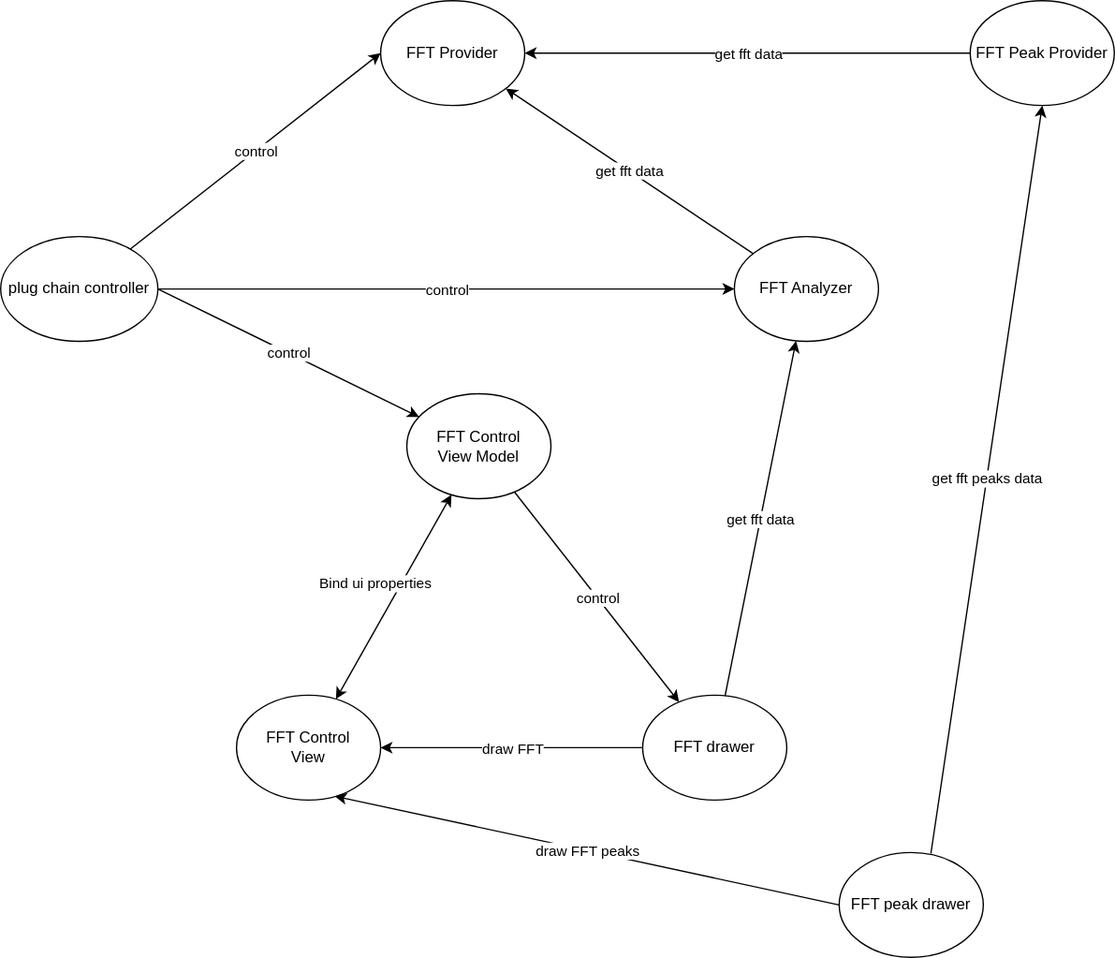
franck-gaspoz/WindowsAudioSessionSample keeps this draw.io diagram as Doc/Untitled Diagram.drawio.svg. Above is the earlier version. Source tidied: cells renumbered, new cells last; positions are measured from the earlier drawing's top-left corner, leaving out a move shared by most shapes.
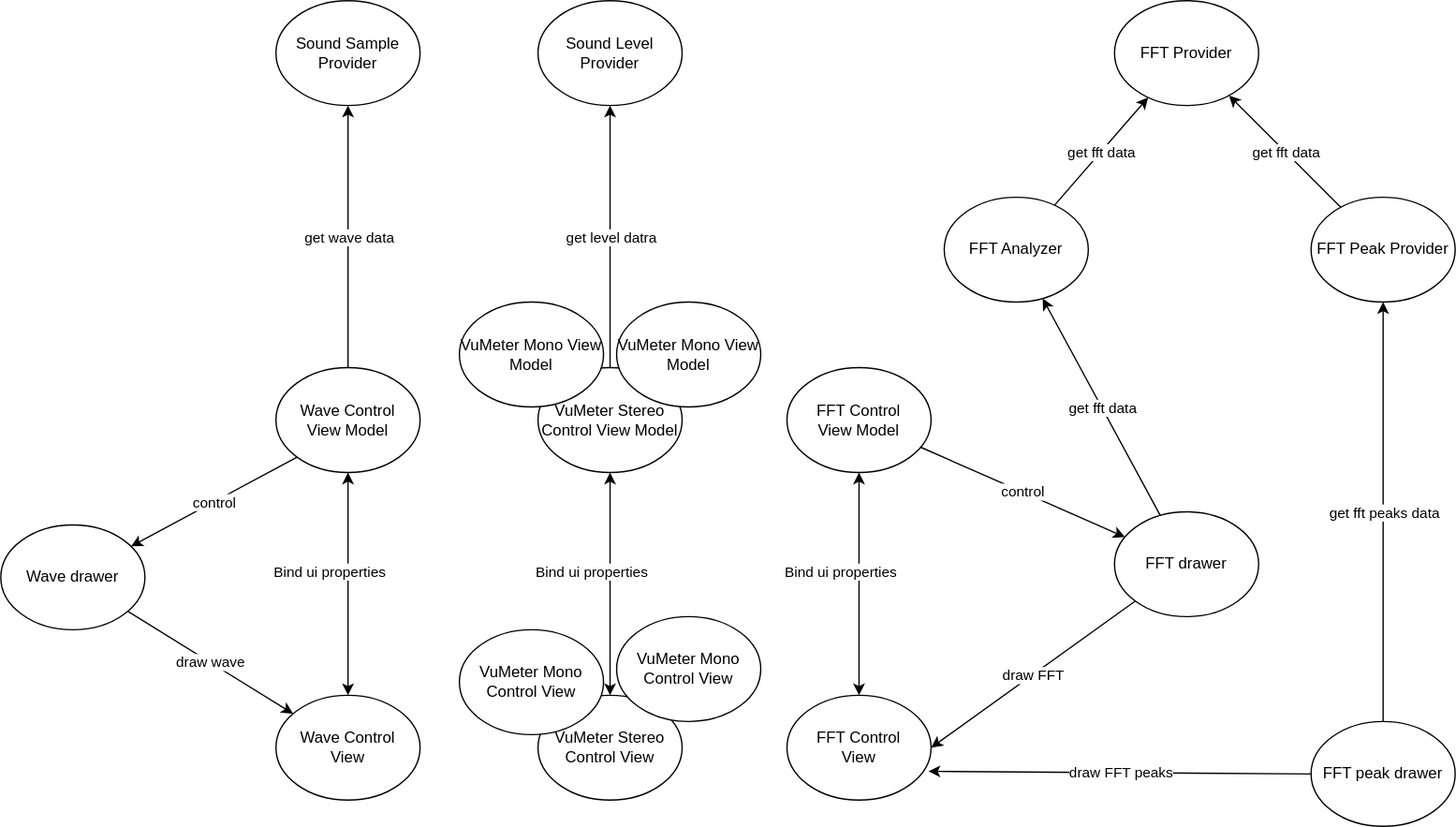
Later version of the same file.

The edit, as a diff of the source:
```diff
@@ -3,10 +3,10 @@
     <mxCell id="0" />
     <mxCell id="1" parent="0" />
     <mxCell id="2" value="FFT Provider&lt;br&gt;" style="ellipse;whiteSpace=wrap;html=1;" parent="1" vertex="1">
-      <mxGeometry x="290" width="110" height="80" as="geometry" />
+      <mxGeometry x="560" y="20" width="110" height="80" as="geometry" />
     </mxCell>
     <mxCell id="3" value="FFT drawer" style="ellipse;whiteSpace=wrap;html=1;" parent="1" vertex="1">
-      <mxGeometry x="490" y="530" width="110" height="80" as="geometry" />
+      <mxGeometry x="560" y="410" width="110" height="80" as="geometry" />
     </mxCell>
     <mxCell id="4" value="FFT Control &lt;br&gt;View Model" style="ellipse;whiteSpace=wrap;html=1;" parent="1" vertex="1">
       <mxGeometry x="310" y="300" width="110" height="80" as="geometry" />
@@ -18,7 +18,7 @@
       <mxGeometry relative="1" as="geometry" />
     </mxCell>
     <mxCell id="7" value="FFT Control &lt;br&gt;View" style="ellipse;whiteSpace=wrap;html=1;" parent="1" vertex="1">
-      <mxGeometry x="180" y="530" width="110" height="80" as="geometry" />
+      <mxGeometry x="310" y="550" width="110" height="80" as="geometry" />
     </mxCell>
     <mxCell id="8" style="endArrow=classic;html=1;rounded=0;entryX=1;entryY=0.5;entryDx=0;entryDy=0;" parent="1" edge="1" source="3" target="7">
       <mxGeometry relative="1" as="geometry" />
@@ -40,30 +40,9 @@
     <mxCell id="13" value="control" style="edgeLabel;html=1;align=center;verticalAlign=middle;" parent="12" vertex="1">
       <mxGeometry relative="1" as="geometry" />
     </mxCell>
-    <mxCell id="14" value="plug chain controller" style="ellipse;whiteSpace=wrap;html=1;" parent="1" vertex="1">
-      <mxGeometry y="180" width="120" height="80" as="geometry" />
-    </mxCell>
-    <mxCell id="15" style="endArrow=classic;html=1;rounded=0;entryX=0;entryY=0.5;entryDx=0;entryDy=0;" parent="1" edge="1" source="14" target="2">
-      <mxGeometry relative="1" as="geometry" />
-    </mxCell>
-    <mxCell id="16" value="control" style="edgeLabel;html=1;align=center;verticalAlign=middle;" parent="15" vertex="1">
-      <mxGeometry relative="1" as="geometry" />
-    </mxCell>
-    <mxCell id="17" style="endArrow=classic;html=1;rounded=0;exitX=1;exitY=0.5;exitDx=0;exitDy=0;" parent="1" edge="1" source="14" target="4">
-      <mxGeometry relative="1" as="geometry" />
-    </mxCell>
-    <mxCell id="18" value="control" style="edgeLabel;html=1;align=center;verticalAlign=middle;" parent="17" vertex="1">
-      <mxGeometry relative="1" as="geometry" />
-    </mxCell>
     <mxCell id="19" value="FFT Analyzer" style="ellipse;whiteSpace=wrap;html=1;" parent="1" vertex="1">
-      <mxGeometry x="560" y="180" width="110" height="80" as="geometry" />
+      <mxGeometry x="430" y="170" width="110" height="80" as="geometry" />
     </mxCell>
-    <mxCell id="20" style="endArrow=classic;html=1;rounded=0;" parent="1" edge="1" source="14" target="19">
-      <mxGeometry relative="1" as="geometry" />
-    </mxCell>
-    <mxCell id="21" value="control" style="edgeLabel;html=1;align=center;verticalAlign=middle;" parent="20" vertex="1">
-      <mxGeometry relative="1" as="geometry" />
-    </mxCell>
     <mxCell id="22" style="endArrow=classic;html=1;rounded=0;" parent="1" edge="1" source="19" target="2">
       <mxGeometry relative="1" as="geometry" />
     </mxCell>
@@ -71,30 +50,103 @@
       <mxGeometry relative="1" as="geometry" />
     </mxCell>
     <mxCell id="24" value="FFT Peak Provider" style="ellipse;whiteSpace=wrap;html=1;" parent="1" vertex="1">
-      <mxGeometry x="740" width="110" height="80" as="geometry" />
+      <mxGeometry x="710" y="170" width="110" height="80" as="geometry" />
     </mxCell>
-    <mxCell id="25" style="endArrow=classic;html=1;rounded=0;exitX=0;exitY=0.5;exitDx=0;exitDy=0;" parent="1" edge="1" source="24" target="2">
+    <mxCell id="25" style="endArrow=classic;html=1;rounded=0;" parent="1" edge="1" source="24" target="2">
       <mxGeometry relative="1" as="geometry" />
     </mxCell>
     <mxCell id="26" value="get fft data" style="edgeLabel;html=1;align=center;verticalAlign=middle;" parent="25" vertex="1">
       <mxGeometry relative="1" as="geometry" />
     </mxCell>
     <mxCell id="27" value="FFT peak drawer" style="ellipse;whiteSpace=wrap;html=1;" parent="1" vertex="1">
-      <mxGeometry x="640" y="650" width="110" height="80" as="geometry" />
+      <mxGeometry x="710" y="570" width="110" height="80" as="geometry" />
     </mxCell>
-    <mxCell id="28" style="endArrow=classic;html=1;rounded=0;entryX=0.682;entryY=0.963;entryDx=0;entryDy=0;entryPerimeter=0;exitX=0;exitY=0.5;exitDx=0;exitDy=0;" parent="1" edge="1" source="27" target="7">
+    <mxCell id="28" style="endArrow=classic;html=1;rounded=0;entryX=0.982;entryY=0.725;entryDx=0;entryDy=0;entryPerimeter=0;exitX=0;exitY=0.5;exitDx=0;exitDy=0;" parent="1" edge="1" source="27" target="7">
       <mxGeometry relative="1" as="geometry" />
     </mxCell>
     <mxCell id="29" value="draw FFT peaks" style="edgeLabel;html=1;align=center;verticalAlign=middle;" parent="28" vertex="1">
       <mxGeometry relative="1" as="geometry" />
     </mxCell>
-    <mxCell id="30" style="endArrow=classic;html=1;rounded=0;entryX=0.5;entryY=1;entryDx=0;entryDy=0;" parent="1" edge="1" target="24">
-      <mxGeometry relative="1" as="geometry">
-        <mxPoint x="710" y="650.8" as="sourcePoint" />
-      </mxGeometry>
+    <mxCell id="30" style="endArrow=classic;html=1;rounded=0;entryX=0.5;entryY=1;entryDx=0;entryDy=0;" parent="1" edge="1" source="27" target="24">
+      <mxGeometry relative="1" as="geometry" />
     </mxCell>
     <mxCell id="31" value="get fft peaks data" style="edgeLabel;html=1;align=center;verticalAlign=middle;" parent="30" vertex="1">
       <mxGeometry relative="1" as="geometry" />
     </mxCell>
+    <mxCell id="32" value="Sound Sample Provider" style="ellipse;whiteSpace=wrap;html=1;" parent="1" vertex="1">
+      <mxGeometry x="-80" y="20" width="110" height="80" as="geometry" />
+    </mxCell>
+    <mxCell id="33" value="Wave Control &lt;br&gt;View Model" style="ellipse;whiteSpace=wrap;html=1;" parent="1" vertex="1">
+      <mxGeometry x="-80" y="300" width="110" height="80" as="geometry" />
+    </mxCell>
+    <mxCell id="34" value="Wave Control &lt;br&gt;View" style="ellipse;whiteSpace=wrap;html=1;" parent="1" vertex="1">
+      <mxGeometry x="-80" y="550" width="110" height="80" as="geometry" />
+    </mxCell>
+    <mxCell id="35" value="Wave drawer" style="ellipse;whiteSpace=wrap;html=1;" parent="1" vertex="1">
+      <mxGeometry x="-290" y="420" width="110" height="80" as="geometry" />
+    </mxCell>
+    <mxCell id="36" style="endArrow=classic;html=1;rounded=0;" parent="1" edge="1" source="35" target="34">
+      <mxGeometry relative="1" as="geometry" />
+    </mxCell>
+    <mxCell id="37" value="draw wave" style="edgeLabel;html=1;align=center;verticalAlign=middle;" parent="36" vertex="1">
+      <mxGeometry relative="1" as="geometry" />
+    </mxCell>
+    <mxCell id="38" style="endArrow=classic;html=1;rounded=0;exitX=0.5;exitY=0;exitDx=0;exitDy=0;" parent="1" edge="1" source="33" target="32">
+      <mxGeometry relative="1" as="geometry" />
+    </mxCell>
+    <mxCell id="39" value="get wave data" style="edgeLabel;html=1;align=center;verticalAlign=middle;" parent="38" vertex="1">
+      <mxGeometry relative="1" as="geometry" />
+    </mxCell>
+    <mxCell id="40" style="endArrow=classic;html=1;rounded=0;exitX=0;exitY=1;exitDx=0;exitDy=0;" parent="1" edge="1" source="33" target="35">
+      <mxGeometry relative="1" as="geometry" />
+    </mxCell>
+    <mxCell id="41" value="control" style="edgeLabel;html=1;align=center;verticalAlign=middle;" parent="40" vertex="1">
+      <mxGeometry relative="1" as="geometry" />
+    </mxCell>
+    <mxCell id="42" style="endArrow=classic;html=1;rounded=0;startArrow=classic;startFill=1;" parent="1" edge="1" source="34" target="33">
+      <mxGeometry relative="1" as="geometry" />
+    </mxCell>
+    <mxCell id="43" value="Bind ui properties&lt;br&gt;" style="edgeLabel;html=1;align=center;verticalAlign=middle;" parent="42" vertex="1">
+      <mxGeometry relative="1" as="geometry">
+        <mxPoint x="-15" y="-10" as="offset" />
+      </mxGeometry>
+    </mxCell>
+    <mxCell id="44" value="Sound Level Provider" style="ellipse;whiteSpace=wrap;html=1;" parent="1" vertex="1">
+      <mxGeometry x="120" y="20" width="110" height="80" as="geometry" />
+    </mxCell>
+    <mxCell id="45" value="VuMeter Stereo Control View Model" style="ellipse;whiteSpace=wrap;html=1;" parent="1" vertex="1">
+      <mxGeometry x="120" y="300" width="110" height="80" as="geometry" />
+    </mxCell>
+    <mxCell id="46" style="endArrow=classic;html=1;rounded=0;" parent="1" edge="1" source="45">
+      <mxGeometry relative="1" as="geometry">
+        <mxPoint x="175" y="100" as="targetPoint" />
+      </mxGeometry>
+    </mxCell>
+    <mxCell id="47" value="get level datra" style="edgeLabel;html=1;align=center;verticalAlign=middle;" parent="46" vertex="1">
+      <mxGeometry relative="1" as="geometry" />
+    </mxCell>
+    <mxCell id="48" value="VuMeter Stereo Control View" style="ellipse;whiteSpace=wrap;html=1;" parent="1" vertex="1">
+      <mxGeometry x="120" y="550" width="110" height="80" as="geometry" />
+    </mxCell>
+    <mxCell id="49" style="endArrow=classic;html=1;rounded=0;startArrow=classic;startFill=1;" parent="1" edge="1" source="48" target="45">
+      <mxGeometry relative="1" as="geometry" />
+    </mxCell>
+    <mxCell id="50" value="Bind ui properties&lt;br&gt;" style="edgeLabel;html=1;align=center;verticalAlign=middle;" parent="49" vertex="1">
+      <mxGeometry relative="1" as="geometry">
+        <mxPoint x="-15" y="-10" as="offset" />
+      </mxGeometry>
+    </mxCell>
+    <mxCell id="51" value="VuMeter Mono Control View" style="ellipse;whiteSpace=wrap;html=1;" parent="1" vertex="1">
+      <mxGeometry x="60" y="500" width="110" height="80" as="geometry" />
+    </mxCell>
+    <mxCell id="52" value="VuMeter Mono Control View" style="ellipse;whiteSpace=wrap;html=1;" parent="1" vertex="1">
+      <mxGeometry x="180" y="490" width="110" height="80" as="geometry" />
+    </mxCell>
+    <mxCell id="53" value="VuMeter Mono View Model" style="ellipse;whiteSpace=wrap;html=1;" parent="1" vertex="1">
+      <mxGeometry x="60" y="250" width="110" height="80" as="geometry" />
+    </mxCell>
+    <mxCell id="54" value="VuMeter Mono View Model" style="ellipse;whiteSpace=wrap;html=1;" parent="1" vertex="1">
+      <mxGeometry x="180" y="250" width="110" height="80" as="geometry" />
+    </mxCell>
   </root>
 </mxGraphModel>
```
